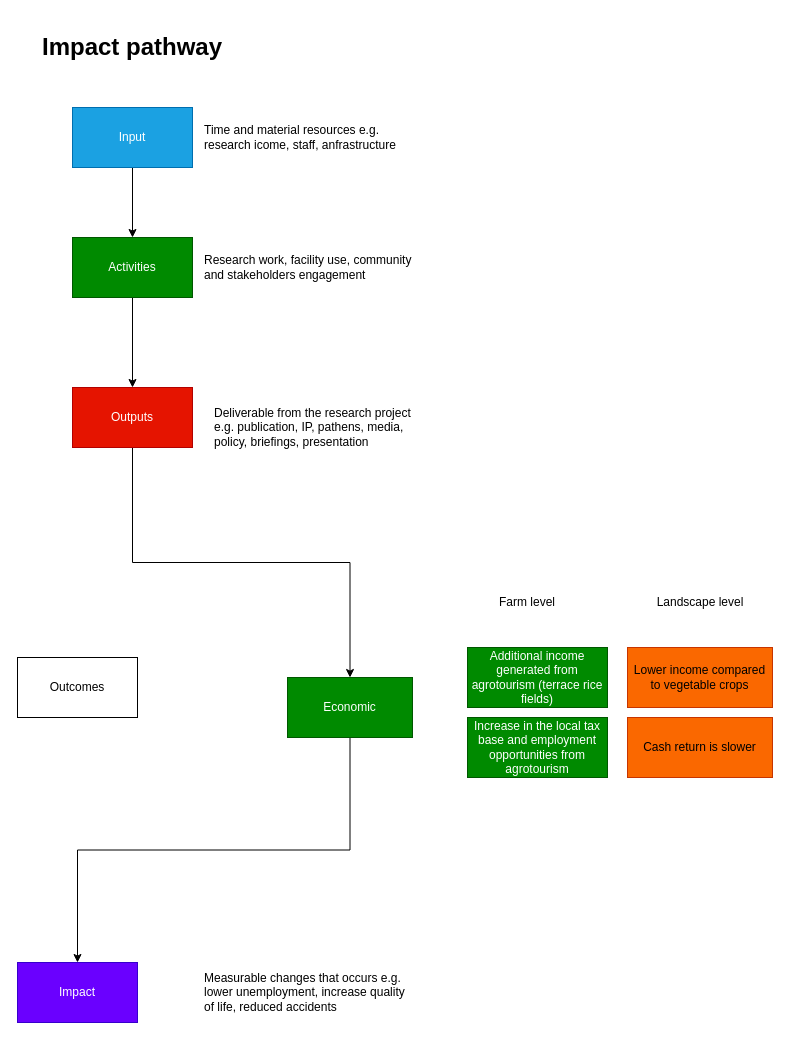
This is page "Copy of Page-1" (2 of 3) of impact pathway.drawio from noviriasyifaunnafsi/transition-from-rice-to-vegetables, a draw.io file, before an edit. Source tidied: cells renumbered, new cells numbered last; positions are measured from the earlier drawing's top-left corner, leaving out a move shared by most shapes. Both pictures are drawn from the tidied source at 100%, with x=0, y=0 at pixel (17, 27).
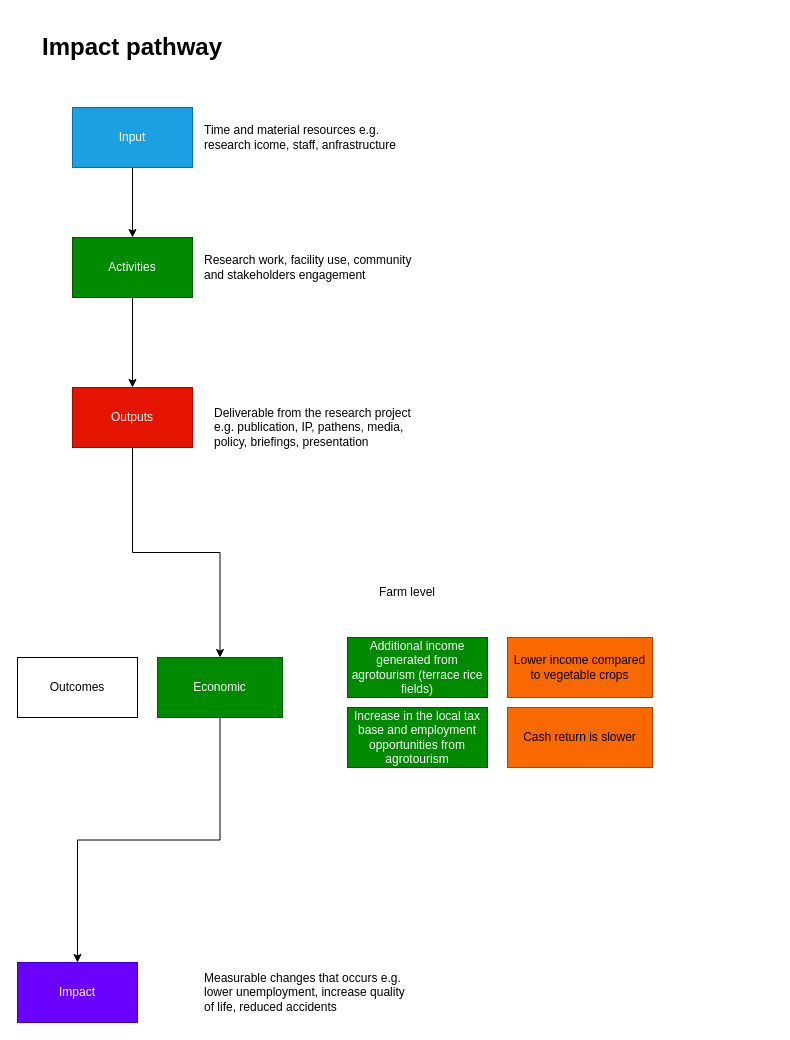
After the change.

Change to the diagram source:
```diff
@@
     <mxCell id="9" value="Economic" style="rounded=0;whiteSpace=wrap;html=1;fillColor=#008a00;strokeColor=#005700;fontColor=#ffffff;" parent="1" vertex="1">
-      <mxGeometry x="270" y="650" width="125" height="60" as="geometry" />
+      <mxGeometry x="140" y="630" width="125" height="60" as="geometry" />
     </mxCell>
@@
     <mxCell id="16" value="Increase in the local tax base and employment opportunities from agrotourism" style="rounded=0;whiteSpace=wrap;html=1;fillColor=#008a00;strokeColor=#005700;fontColor=#ffffff;" parent="1" vertex="1">
-      <mxGeometry x="450" y="690" width="140" height="60" as="geometry" />
+      <mxGeometry x="330" y="680" width="140" height="60" as="geometry" />
     </mxCell>
     <mxCell id="17" value="Lower income compared to vegetable crops" style="rounded=0;whiteSpace=wrap;html=1;fillColor=#fa6800;strokeColor=#C73500;fontColor=#000000;" parent="1" vertex="1">
-      <mxGeometry x="610" y="620" width="145" height="60" as="geometry" />
+      <mxGeometry x="490" y="610" width="145" height="60" as="geometry" />
     </mxCell>
     <mxCell id="18" value="Cash return is slower" style="rounded=0;whiteSpace=wrap;html=1;fillColor=#fa6800;strokeColor=#C73500;fontColor=#000000;" parent="1" vertex="1">
-      <mxGeometry x="610" y="690" width="145" height="60" as="geometry" />
+      <mxGeometry x="490" y="680" width="145" height="60" as="geometry" />
     </mxCell>
@@
     <mxCell id="20" value="Additional income generated from agrotourism (terrace rice fields)" style="rounded=0;whiteSpace=wrap;html=1;fillColor=#008a00;strokeColor=#005700;fontColor=#ffffff;" parent="1" vertex="1">
-      <mxGeometry x="450" y="620" width="140" height="60" as="geometry" />
+      <mxGeometry x="330" y="610" width="140" height="60" as="geometry" />
     </mxCell>
     <mxCell id="21" value="Farm level" style="text;html=1;strokeColor=none;fillColor=none;align=center;verticalAlign=middle;whiteSpace=wrap;rounded=0;" parent="1" vertex="1">
-      <mxGeometry x="480" y="560" width="60" height="30" as="geometry" />
+      <mxGeometry x="360" y="550" width="60" height="30" as="geometry" />
     </mxCell>
-    <mxCell id="22" value="Landscape level" style="text;html=1;strokeColor=none;fillColor=none;align=center;verticalAlign=middle;whiteSpace=wrap;rounded=0;" parent="1" vertex="1">
-      <mxGeometry x="628.8" y="560" width="107.5" height="30" as="geometry" />
-    </mxCell>
```
